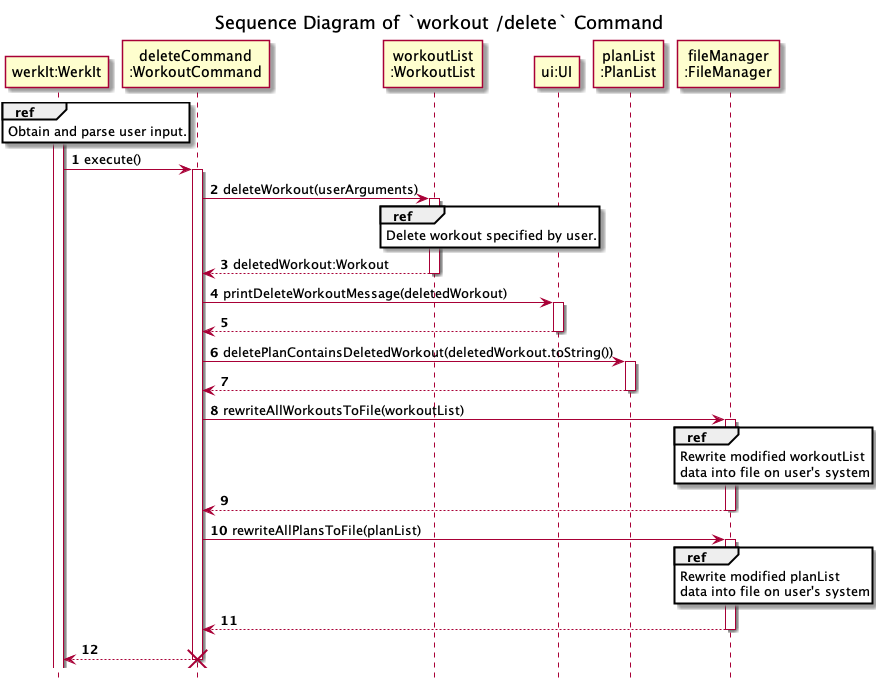
Before: docs/uml/sequenceDiagrams/workouts/images/deleteWorkout-Part1.png, a diagram exported from PlantUML (nus-cs2113-AY2122S2/tp).
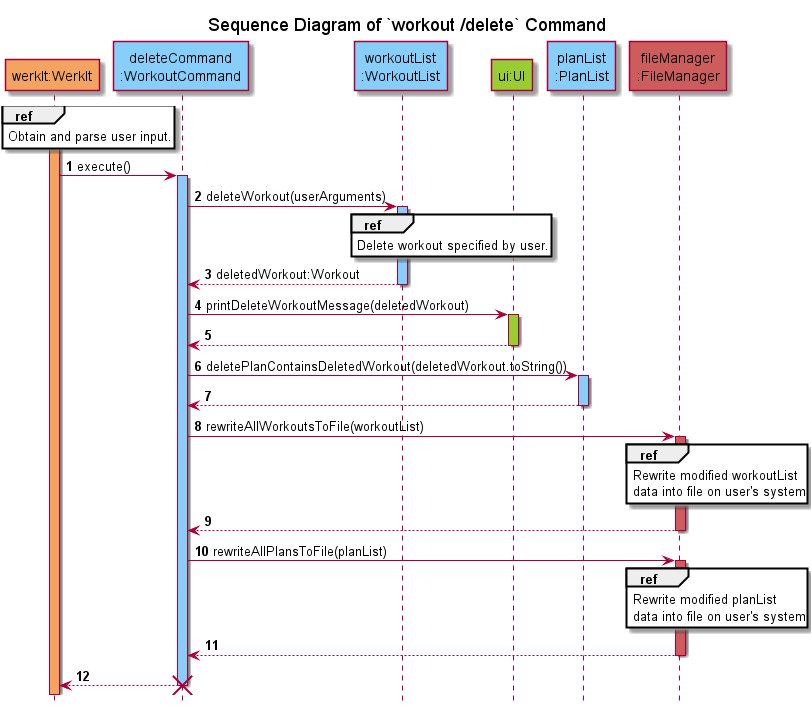
After the commit.

Commit message:
Add colour to delete workout diagrams

Change to the diagram source:
```diff
@@ -6,22 +6,22 @@
 title Sequence Diagram of `workout /delete` Command
 hide footbox
 
-participant "werkIt:WerkIt" AS WerkIt
-participant "deleteCommand\n:WorkoutCommand" AS deleteCommand
-participant "workoutList\n:WorkoutList" AS WorkoutList
-participant "ui:UI" AS UI2
-participant "planList\n:PlanList" AS PlanList
-participant "fileManager\n:FileManager" as FileManager
+participant "werkIt:WerkIt" AS WerkIt #Sandybrown
+participant "deleteCommand\n:WorkoutCommand" AS deleteCommand #LightSkyBlue
+participant "workoutList\n:WorkoutList" AS WorkoutList #LightSkyBlue
+participant "ui:UI" AS UI2 #YellowGreen
+participant "planList\n:PlanList" AS PlanList #LightSkyBlue
+participant "fileManager\n:FileManager" as FileManager #IndianRed
 
-activate WerkIt
+activate WerkIt #Sandybrown
 ref over WerkIt
 Obtain and parse user input.
 end
 
 WerkIt -> deleteCommand : execute()
-activate deleteCommand
+activate deleteCommand #LightSkyBlue
 deleteCommand -> WorkoutList : deleteWorkout(userArguments)
-activate WorkoutList
+activate WorkoutList #LightSkyBlue
 ref over WorkoutList
 Delete workout specified by user.
 end
@@ -29,17 +29,17 @@
 deactivate WorkoutList
 
 deleteCommand -> UI2 : printDeleteWorkoutMessage(deletedWorkout)
-activate UI2
+activate UI2 #YellowGreen
 deleteCommand <-- UI2
 deactivate UI2
 
 deleteCommand -> PlanList : deletePlanContainsDeletedWorkout(deletedWorkout.toString())
-activate PlanList
+activate PlanList #LightSkyBlue
 deleteCommand <-- PlanList
 deactivate PlanList
 
 deleteCommand -> FileManager : rewriteAllWorkoutsToFile(workoutList)
-activate FileManager
+activate FileManager #IndianRed
 ref over FileManager
 Rewrite modified workoutList
 data into file on user's system
@@ -48,7 +48,7 @@
 deactivate FileManager
 
 deleteCommand -> FileManager : rewriteAllPlansToFile(planList)
-activate FileManager
+activate FileManager #IndianRed
 ref over FileManager
 Rewrite modified planList
 data into file on user's system
```
